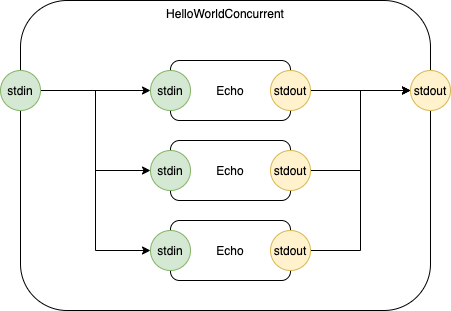
This is doc/concurrent.png from guitarvydas/py0d, a draw.io export, as it was before one commit. Source tidied: cells renumbered, new cells last; positions are measured from the earlier drawing's top-left corner, leaving out a move shared by most shapes. The source it was exported from:
```xml
<mxGraphModel>
  <root>
    <mxCell id="0" />
    <mxCell id="1" parent="0" />
    <mxCell id="2" value="HelloWorldConcurrent" style="rounded=1;whiteSpace=wrap;html=1;verticalAlign=top;" parent="1" vertex="1">
      <mxGeometry x="20" width="410" height="310" as="geometry" />
    </mxCell>
    <mxCell id="3" value="Echo" style="rounded=1;whiteSpace=wrap;html=1;" parent="1" vertex="1">
      <mxGeometry x="170" y="60" width="120" height="60" as="geometry" />
    </mxCell>
    <mxCell id="4" value="Echo" style="rounded=1;whiteSpace=wrap;html=1;" parent="1" vertex="1">
      <mxGeometry x="170" y="220" width="120" height="60" as="geometry" />
    </mxCell>
    <mxCell id="5" style="edgeStyle=orthogonalEdgeStyle;rounded=0;jettySize=auto;html=1;exitX=1;exitY=0.5;exitDx=0;exitDy=0;entryX=0;entryY=0.5;entryDx=0;entryDy=0;" parent="1" edge="1" source="6" target="11">
      <mxGeometry relative="1" as="geometry" />
    </mxCell>
    <mxCell id="6" value="stdout" style="ellipse;whiteSpace=wrap;html=1;fillColor=#fff2cc;strokeColor=#d6b656;" parent="1" vertex="1">
      <mxGeometry x="270" y="70" width="40" height="40" as="geometry" />
    </mxCell>
    <mxCell id="7" value="stdin" style="ellipse;whiteSpace=wrap;html=1;fillColor=#d5e8d4;strokeColor=#82b366;" parent="1" vertex="1">
      <mxGeometry x="150" y="230" width="40" height="40" as="geometry" />
    </mxCell>
    <mxCell id="8" value="stdin" style="ellipse;whiteSpace=wrap;html=1;fillColor=#d5e8d4;strokeColor=#82b366;" parent="1" vertex="1">
      <mxGeometry x="150" y="70" width="40" height="40" as="geometry" />
    </mxCell>
    <mxCell id="9" style="edgeStyle=orthogonalEdgeStyle;rounded=0;jettySize=auto;html=1;exitX=1;exitY=0.5;exitDx=0;exitDy=0;entryX=0;entryY=0.5;entryDx=0;entryDy=0;" parent="1" edge="1" source="10" target="11">
      <mxGeometry relative="1" as="geometry" />
    </mxCell>
    <mxCell id="10" value="stdout" style="ellipse;whiteSpace=wrap;html=1;fillColor=#fff2cc;strokeColor=#d6b656;" parent="1" vertex="1">
      <mxGeometry x="270" y="230" width="40" height="40" as="geometry" />
    </mxCell>
    <mxCell id="11" value="stdout" style="ellipse;whiteSpace=wrap;html=1;fillColor=#fff2cc;strokeColor=#d6b656;" parent="1" vertex="1">
      <mxGeometry x="410" y="70" width="40" height="40" as="geometry" />
    </mxCell>
    <mxCell id="12" style="edgeStyle=orthogonalEdgeStyle;rounded=0;jettySize=auto;html=1;exitX=1;exitY=0.5;exitDx=0;exitDy=0;entryX=0;entryY=0.5;entryDx=0;entryDy=0;" parent="1" edge="1" source="15" target="8">
      <mxGeometry relative="1" as="geometry" />
    </mxCell>
    <mxCell id="13" style="edgeStyle=orthogonalEdgeStyle;rounded=0;jettySize=auto;html=1;exitX=1;exitY=0.5;exitDx=0;exitDy=0;entryX=0;entryY=0.5;entryDx=0;entryDy=0;" parent="1" edge="1" source="15" target="17">
      <mxGeometry relative="1" as="geometry" />
    </mxCell>
    <mxCell id="14" style="edgeStyle=orthogonalEdgeStyle;rounded=0;jettySize=auto;html=1;exitX=1;exitY=0.5;exitDx=0;exitDy=0;entryX=0;entryY=0.5;entryDx=0;entryDy=0;" parent="1" edge="1" source="15" target="7">
      <mxGeometry relative="1" as="geometry" />
    </mxCell>
    <mxCell id="15" value="stdin" style="ellipse;whiteSpace=wrap;html=1;fillColor=#d5e8d4;strokeColor=#82b366;" parent="1" vertex="1">
      <mxGeometry y="70" width="40" height="40" as="geometry" />
    </mxCell>
    <mxCell id="16" value="Echo" style="rounded=1;whiteSpace=wrap;html=1;" parent="1" vertex="1">
      <mxGeometry x="170" y="140" width="120" height="60" as="geometry" />
    </mxCell>
    <mxCell id="17" value="stdin" style="ellipse;whiteSpace=wrap;html=1;fillColor=#d5e8d4;strokeColor=#82b366;" parent="1" vertex="1">
      <mxGeometry x="150" y="150" width="40" height="40" as="geometry" />
    </mxCell>
    <mxCell id="18" style="edgeStyle=orthogonalEdgeStyle;rounded=0;jettySize=auto;html=1;exitX=1;exitY=0.5;exitDx=0;exitDy=0;entryX=0;entryY=0.5;entryDx=0;entryDy=0;" parent="1" edge="1" source="19" target="11">
      <mxGeometry relative="1" as="geometry" />
    </mxCell>
    <mxCell id="19" value="stdout" style="ellipse;whiteSpace=wrap;html=1;fillColor=#fff2cc;strokeColor=#d6b656;" parent="1" vertex="1">
      <mxGeometry x="270" y="150" width="40" height="40" as="geometry" />
    </mxCell>
  </root>
</mxGraphModel>
```
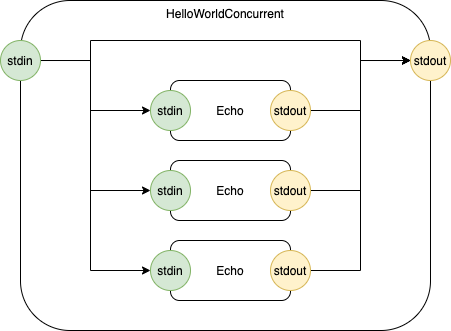
Above is the later version.

Change to the diagram source:
```diff
@@ -3,7 +3,7 @@
     <mxCell id="0" />
     <mxCell id="1" parent="0" />
     <mxCell id="2" value="HelloWorldConcurrent" style="rounded=1;whiteSpace=wrap;html=1;verticalAlign=top;" parent="1" vertex="1">
-      <mxGeometry x="20" width="410" height="310" as="geometry" />
+      <mxGeometry x="20" y="-20" width="410" height="330" as="geometry" />
     </mxCell>
     <mxCell id="3" value="Echo" style="rounded=1;whiteSpace=wrap;html=1;" parent="1" vertex="1">
       <mxGeometry x="170" y="60" width="120" height="60" as="geometry" />
@@ -30,19 +30,44 @@
       <mxGeometry x="270" y="230" width="40" height="40" as="geometry" />
     </mxCell>
     <mxCell id="11" value="stdout" style="ellipse;whiteSpace=wrap;html=1;fillColor=#fff2cc;strokeColor=#d6b656;" parent="1" vertex="1">
-      <mxGeometry x="410" y="70" width="40" height="40" as="geometry" />
+      <mxGeometry x="410" y="20" width="40" height="40" as="geometry" />
     </mxCell>
     <mxCell id="12" style="edgeStyle=orthogonalEdgeStyle;rounded=0;jettySize=auto;html=1;exitX=1;exitY=0.5;exitDx=0;exitDy=0;entryX=0;entryY=0.5;entryDx=0;entryDy=0;" parent="1" edge="1" source="15" target="8">
-      <mxGeometry relative="1" as="geometry" />
+      <mxGeometry relative="1" as="geometry">
+        <Array as="points">
+          <mxPoint x="90" y="40" />
+          <mxPoint x="90" y="90" />
+        </Array>
+      </mxGeometry>
     </mxCell>
     <mxCell id="13" style="edgeStyle=orthogonalEdgeStyle;rounded=0;jettySize=auto;html=1;exitX=1;exitY=0.5;exitDx=0;exitDy=0;entryX=0;entryY=0.5;entryDx=0;entryDy=0;" parent="1" edge="1" source="15" target="17">
-      <mxGeometry relative="1" as="geometry" />
+      <mxGeometry relative="1" as="geometry">
+        <Array as="points">
+          <mxPoint x="90" y="40" />
+          <mxPoint x="90" y="170" />
+        </Array>
+      </mxGeometry>
     </mxCell>
     <mxCell id="14" style="edgeStyle=orthogonalEdgeStyle;rounded=0;jettySize=auto;html=1;exitX=1;exitY=0.5;exitDx=0;exitDy=0;entryX=0;entryY=0.5;entryDx=0;entryDy=0;" parent="1" edge="1" source="15" target="7">
-      <mxGeometry relative="1" as="geometry" />
+      <mxGeometry relative="1" as="geometry">
+        <Array as="points">
+          <mxPoint x="90" y="40" />
+          <mxPoint x="90" y="250" />
+        </Array>
+      </mxGeometry>
     </mxCell>
+    <mxCell id="20" style="edgeStyle=orthogonalEdgeStyle;rounded=0;jettySize=auto;html=1;exitX=1;exitY=0.5;exitDx=0;exitDy=0;entryX=0;entryY=0.5;entryDx=0;entryDy=0;" parent="1" edge="1" source="15" target="11">
+      <mxGeometry relative="1" as="geometry">
+        <Array as="points">
+          <mxPoint x="90" y="40" />
+          <mxPoint x="90" y="20" />
+          <mxPoint x="360" y="20" />
+          <mxPoint x="360" y="40" />
+        </Array>
+      </mxGeometry>
+    </mxCell>
     <mxCell id="15" value="stdin" style="ellipse;whiteSpace=wrap;html=1;fillColor=#d5e8d4;strokeColor=#82b366;" parent="1" vertex="1">
-      <mxGeometry y="70" width="40" height="40" as="geometry" />
+      <mxGeometry y="20" width="40" height="40" as="geometry" />
     </mxCell>
     <mxCell id="16" value="Echo" style="rounded=1;whiteSpace=wrap;html=1;" parent="1" vertex="1">
       <mxGeometry x="170" y="140" width="120" height="60" as="geometry" />
```
